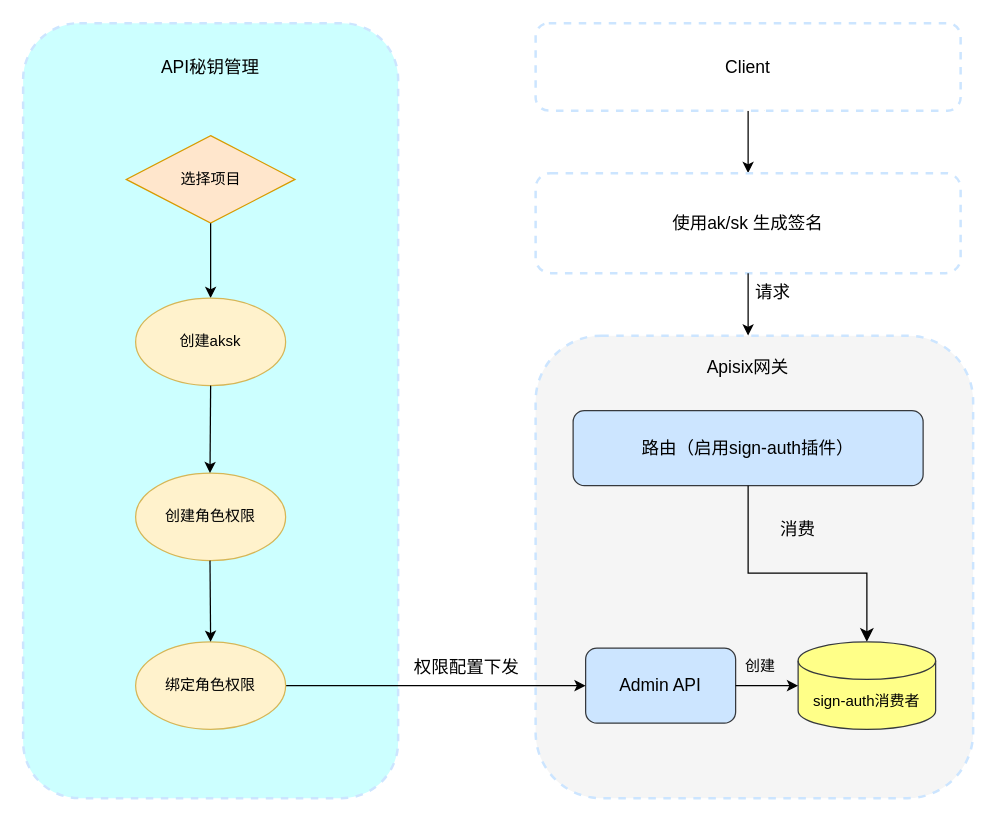
This is page "第 1 页 的副本" (2 of 2) of sign-auth.drawio from chonjiang/draw, a draw.io file, before an edit. Source tidied: cells renumbered, new cells numbered last; positions are measured from the earlier drawing's top-left corner, leaving out a move shared by most shapes. Both pictures are drawn from the tidied source at 125%, with x=0, y=0 at pixel (22, 22).
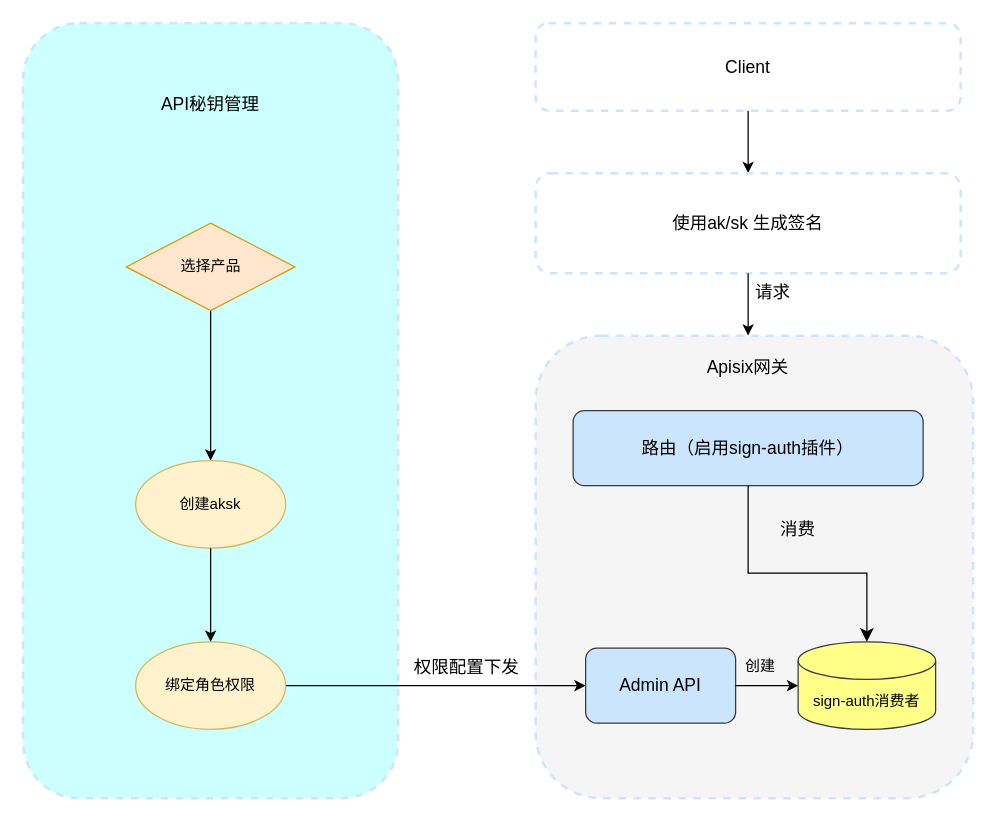
After the change.

The change refers to these unchanged cells:
```xml
<mxCell id="24" value="绑定角色权限" style="ellipse;whiteSpace=wrap;html=1;fillColor=#fff2cc;strokeColor=#d6b656;" parent="1" vertex="1">
  <mxGeometry x="90" y="495" width="120" height="70" as="geometry" />
</mxCell>
```

Diff of the diagram source:
```diff
@@
     <mxCell id="3" value="&lt;font style=&quot;font-size: 14px;&quot;&gt;API秘钥管理&lt;/font&gt;" style="text;html=1;whiteSpace=wrap;strokeColor=none;fillColor=none;align=center;verticalAlign=middle;rounded=0;" parent="1" vertex="1">
-      <mxGeometry x="100" y="10" width="100" height="50" as="geometry" />
+      <mxGeometry x="100" y="40" width="100" height="50" as="geometry" />
     </mxCell>
-    <mxCell id="4" value="选择项目" style="rhombus;whiteSpace=wrap;html=1;fillColor=#ffe6cc;strokeColor=#d79b00;" parent="1" vertex="1">
-      <mxGeometry x="82.5" y="90" width="135" height="70" as="geometry" />
+    <mxCell id="4" value="选择产品" style="rhombus;whiteSpace=wrap;html=1;fillColor=#ffe6cc;strokeColor=#d79b00;" parent="1" vertex="1">
+      <mxGeometry x="82.5" y="160" width="135" height="70" as="geometry" />
     </mxCell>
@@
     <mxCell id="6" value="创建aksk" style="ellipse;whiteSpace=wrap;html=1;fillColor=#fff2cc;strokeColor=#d6b656;" parent="1" vertex="1">
-      <mxGeometry x="90" y="220" width="120" height="70" as="geometry" />
+      <mxGeometry x="90" y="350" width="120" height="70" as="geometry" />
     </mxCell>
@@
-    <mxCell id="25" value="创建角色权限" style="ellipse;whiteSpace=wrap;html=1;fillColor=#fff2cc;strokeColor=#d6b656;" parent="1" vertex="1">
-      <mxGeometry x="90" y="360" width="120" height="70" as="geometry" />
-    </mxCell>
-    <mxCell id="26" style="endArrow=classic;html=1;rounded=0;exitX=0.5;exitY=1;exitDx=0;exitDy=0;entryX=0.5;entryY=0;entryDx=0;entryDy=0;" parent="1" edge="1" source="6">
-      <mxGeometry relative="1" as="geometry">
-        <mxPoint x="149.5" y="360" as="targetPoint" />
-      </mxGeometry>
+    <mxCell id="26" style="endArrow=classic;html=1;rounded=0;exitX=0.5;exitY=1;exitDx=0;exitDy=0;entryX=0.5;entryY=0;entryDx=0;entryDy=0;" parent="1" edge="1" source="6" target="24">
+      <mxGeometry relative="1" as="geometry" />
     </mxCell>
-    <mxCell id="27" style="endArrow=classic;html=1;rounded=0;exitX=0.5;exitY=1;exitDx=0;exitDy=0;entryX=0.5;entryY=0;entryDx=0;entryDy=0;" parent="1" edge="1" target="24">
-      <mxGeometry relative="1" as="geometry">
-        <mxPoint x="149.5" y="430" as="sourcePoint" />
-      </mxGeometry>
-    </mxCell>
```
